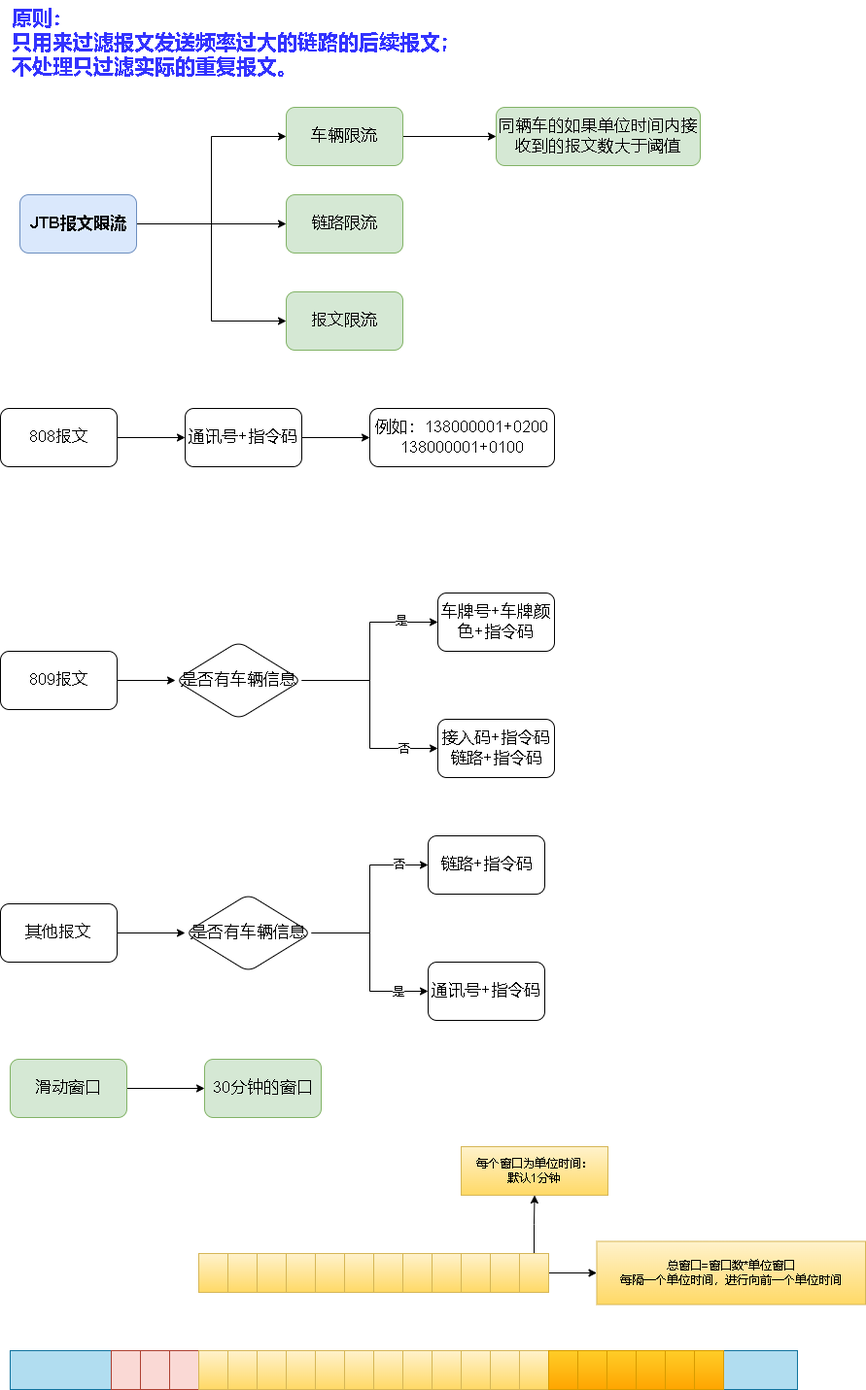
xktder/draw keeps this draw.io diagram as jtb报文限流.drawio.png. Above is the earlier version. Source tidied: cells renumbered, new cells last; positions are measured from the earlier drawing's top-left corner, leaving out a move shared by most shapes.
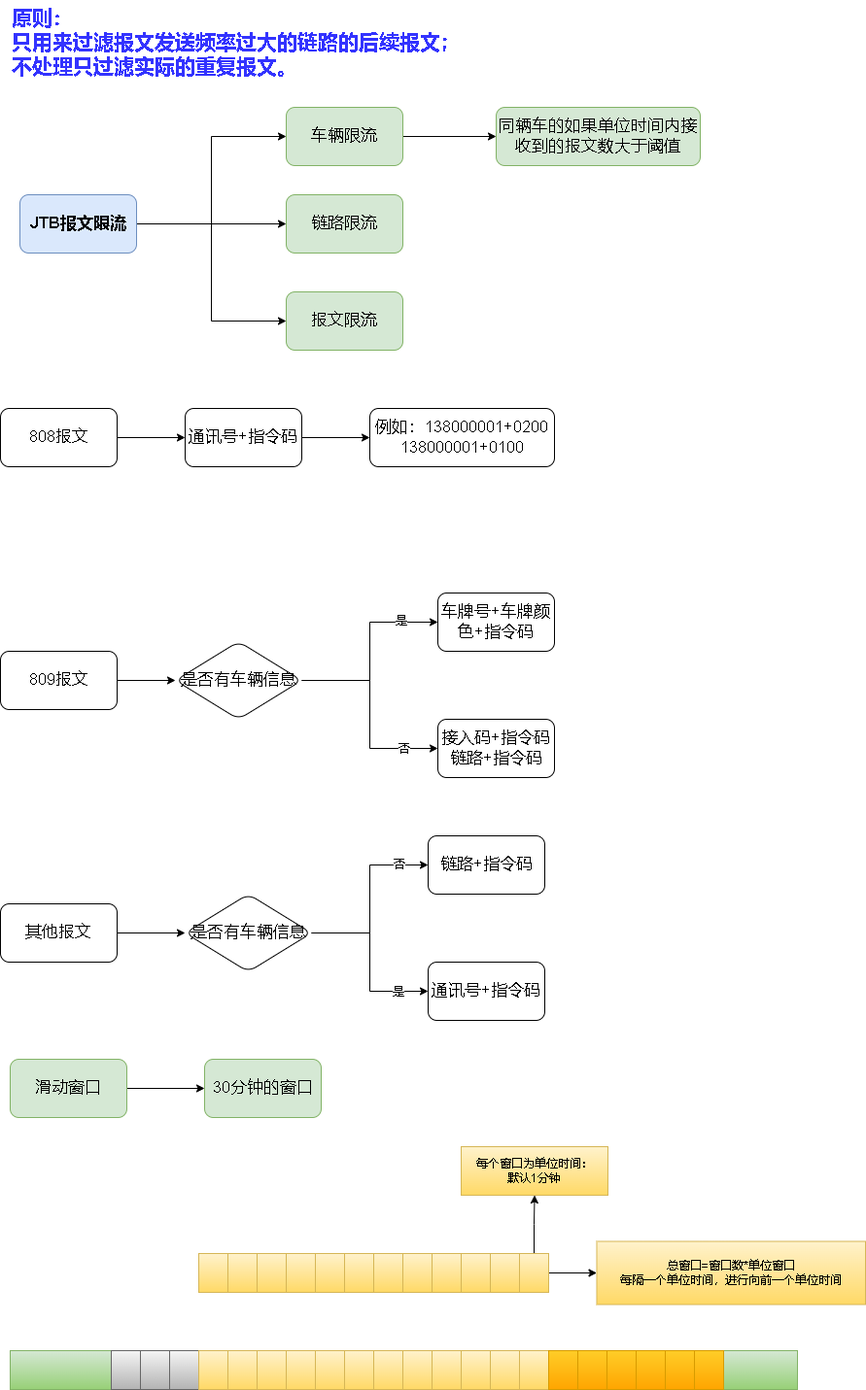
The same file after the commit.

Commit message:
更新jtb报文限流.drawio.png

The edit, as a diff of the source:
```diff
@@ -2,7 +2,7 @@
   <root>
     <mxCell id="0" />
     <mxCell id="1" parent="0" />
-    <mxCell id="2" style="rounded=0;whiteSpace=wrap;html=1;fontSize=12;fillColor=#b1ddf0;strokeColor=#10739e;" parent="1" vertex="1">
+    <mxCell id="2" style="rounded=0;whiteSpace=wrap;html=1;fontSize=12;fillColor=#d5e8d4;strokeColor=#82b366;gradientColor=#97d077;" parent="1" vertex="1">
       <mxGeometry x="10" y="1390" width="810" height="40" as="geometry" />
     </mxCell>
     <mxCell id="3" style="edgeStyle=orthogonalEdgeStyle;rounded=0;jettySize=auto;html=1;entryX=0;entryY=0.5;entryDx=0;entryDy=0;fontSize=17;" parent="1" edge="1" source="6" target="14">
@@ -121,13 +121,13 @@
     <mxCell id="38" value="30分钟的窗口" style="rounded=1;whiteSpace=wrap;html=1;fontSize=17;fillColor=#d5e8d4;strokeColor=#82b366;" parent="1" vertex="1">
       <mxGeometry x="210" y="1090" width="120" height="60" as="geometry" />
     </mxCell>
-    <mxCell id="39" style="rounded=0;whiteSpace=wrap;html=1;fontSize=12;fillColor=#fad9d5;strokeColor=#ae4132;" parent="1" vertex="1">
+    <mxCell id="39" style="rounded=0;whiteSpace=wrap;html=1;fontSize=12;fillColor=#f5f5f5;strokeColor=#666666;gradientColor=#b3b3b3;" parent="1" vertex="1">
       <mxGeometry x="114" y="1390" width="30" height="40" as="geometry" />
     </mxCell>
-    <mxCell id="40" style="rounded=0;whiteSpace=wrap;html=1;fontSize=12;fillColor=#fad9d5;strokeColor=#ae4132;" parent="1" vertex="1">
+    <mxCell id="40" style="rounded=0;whiteSpace=wrap;html=1;fontSize=12;fillColor=#f5f5f5;strokeColor=#666666;gradientColor=#b3b3b3;" parent="1" vertex="1">
       <mxGeometry x="144" y="1390" width="30" height="40" as="geometry" />
     </mxCell>
-    <mxCell id="41" style="rounded=0;whiteSpace=wrap;html=1;fontSize=12;fillColor=#fad9d5;strokeColor=#ae4132;" parent="1" vertex="1">
+    <mxCell id="41" style="rounded=0;whiteSpace=wrap;html=1;fontSize=12;fillColor=#f5f5f5;strokeColor=#666666;gradientColor=#b3b3b3;" parent="1" vertex="1">
       <mxGeometry x="174" y="1390" width="30" height="40" as="geometry" />
     </mxCell>
     <mxCell id="42" style="rounded=0;whiteSpace=wrap;html=1;fontSize=12;fillColor=#fff2cc;strokeColor=#d6b656;gradientColor=#ffd966;" parent="1" vertex="1">
```
